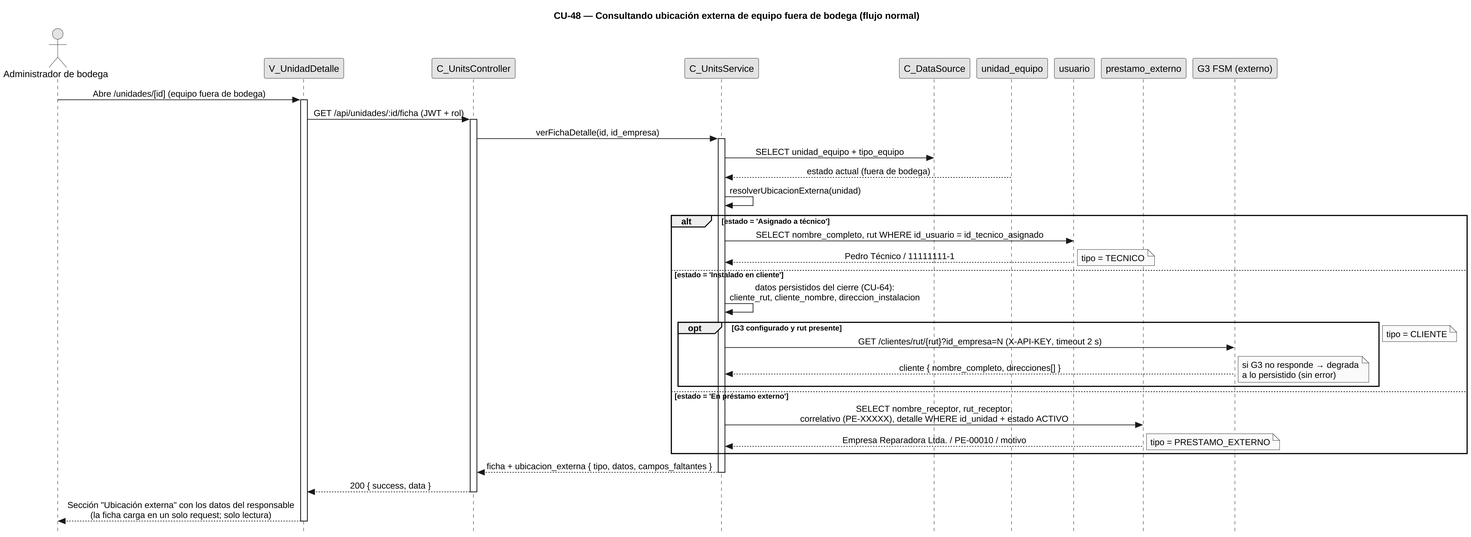
Before: diagramas/diagramas-secuencia/CU48/CU48-normal.png, a diagram exported from PlantUML (FSM-Finet-y-Cable-Magico/Team_1-Inventario-y-Bodega).
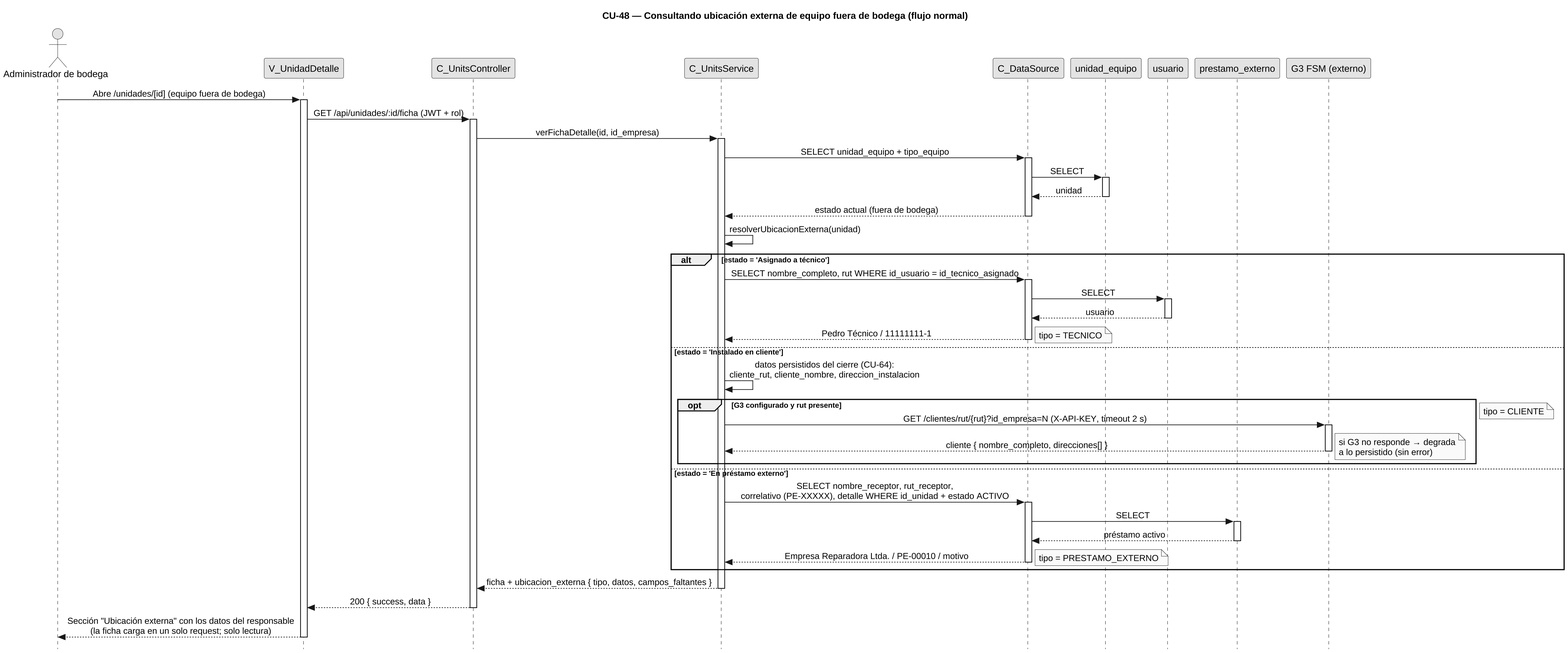
Later version of the same file.

Diff of the diagram source:
```diff
@@ -45,23 +45,43 @@
 ctrl -> svc : verFichaDetalle(id, id_empresa)
 activate svc
 svc -> orm : SELECT unidad_equipo + tipo_equipo
-uni --> svc : estado actual (fuera de bodega)
+activate orm
+orm -> uni : SELECT
+activate uni
+uni --> orm : unidad
+deactivate uni
+orm --> svc : estado actual (fuera de bodega)
+deactivate orm
 svc -> svc : resolverUbicacionExterna(unidad)
 alt estado = 'Asignado a técnico'
-  svc -> usr : SELECT nombre_completo, rut WHERE id_usuario = id_tecnico_asignado
-  usr --> svc : Pedro Técnico / 11111111-1
+  svc -> orm : SELECT nombre_completo, rut WHERE id_usuario = id_tecnico_asignado
+  activate orm
+  orm -> usr : SELECT
+  activate usr
+  usr --> orm : usuario
+  deactivate usr
+  orm --> svc : Pedro Técnico / 11111111-1
+  deactivate orm
   note right : tipo = TECNICO
 else estado = 'Instalado en cliente'
   svc -> svc : datos persistidos del cierre (CU-64):\ncliente_rut, cliente_nombre, direccion_instalacion
   opt G3 configurado y rut presente
     svc -> g3 : GET /clientes/rut/{rut}?id_empresa=N (X-API-KEY, timeout 2 s)
+    activate g3
     g3 --> svc : cliente { nombre_completo, direcciones[] }
+    deactivate g3
     note right : si G3 no responde → degrada\na lo persistido (sin error)
   end
   note right : tipo = CLIENTE
 else estado = 'En préstamo externo'
-  svc -> pre : SELECT nombre_receptor, rut_receptor,\ncorrelativo (PE-XXXXX), detalle WHERE id_unidad + estado ACTIVO
-  pre --> svc : Empresa Reparadora Ltda. / PE-00010 / motivo
+  svc -> orm : SELECT nombre_receptor, rut_receptor,\ncorrelativo (PE-XXXXX), detalle WHERE id_unidad + estado ACTIVO
+  activate orm
+  orm -> pre : SELECT
+  activate pre
+  pre --> orm : préstamo activo
+  deactivate pre
+  orm --> svc : Empresa Reparadora Ltda. / PE-00010 / motivo
+  deactivate orm
   note right : tipo = PRESTAMO_EXTERNO
 end
 svc --> ctrl : ficha + ubicacion_externa { tipo, datos, campos_faltantes }
```
